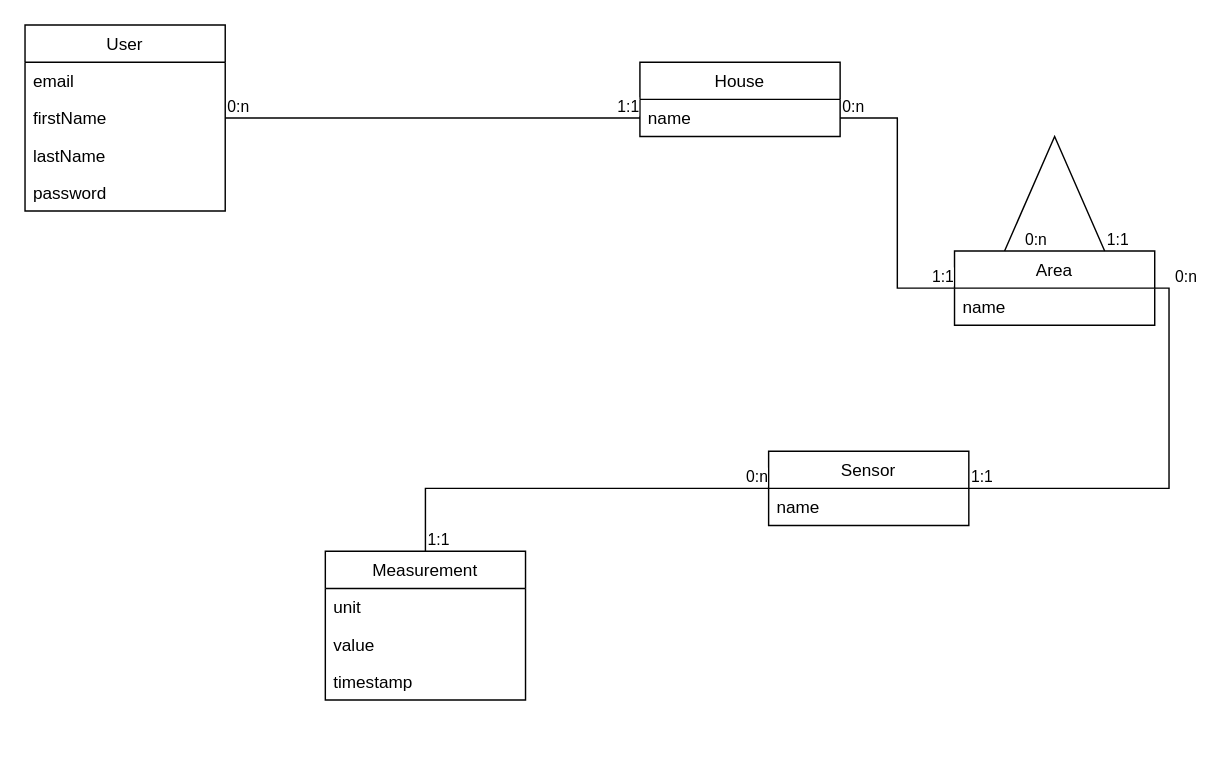
This is diagramme de classes.drawio from kinito62/Consommacteur, a draw.io file, before an edit. Source tidied: cells renumbered, new cells numbered last; positions are measured from the earlier drawing's top-left corner, leaving out a move shared by most shapes. Both pictures are drawn from the tidied source at 143%, with x=0, y=0 at pixel (24, 24).
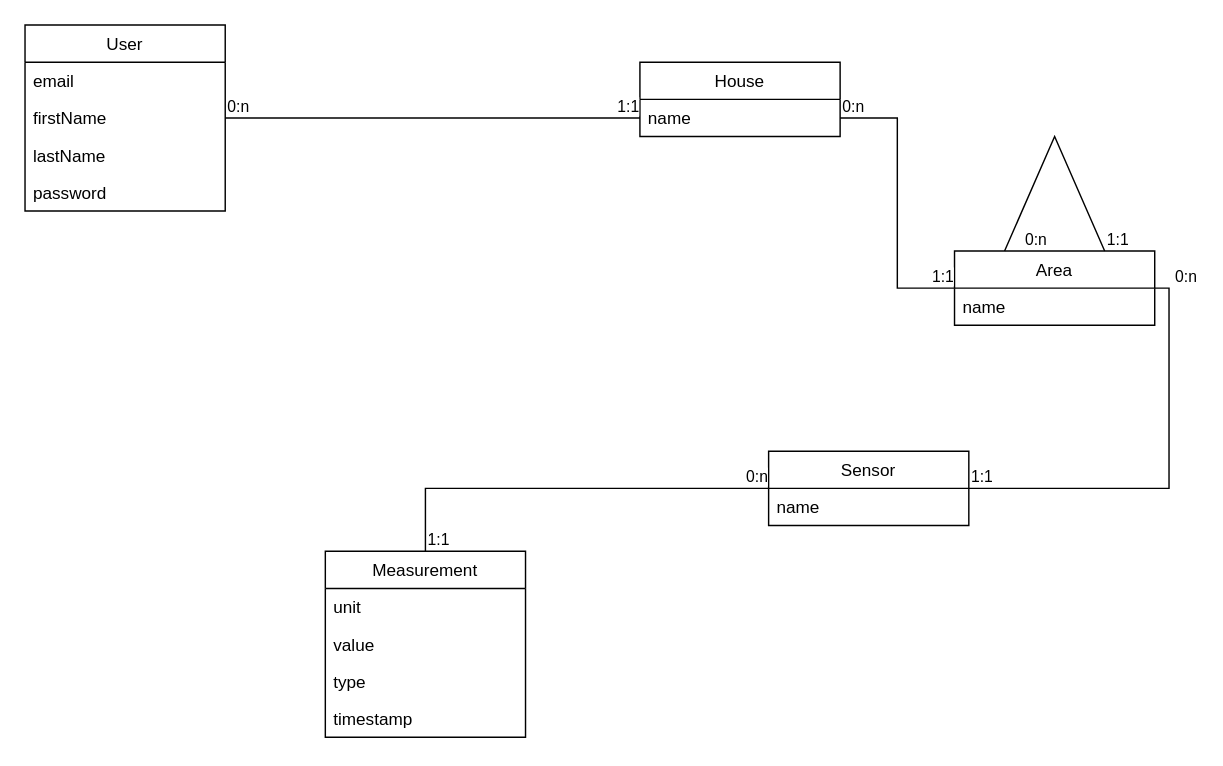
The same diagram, later.

Commit message:
modifications driagramme

What changed in the source:
```diff
@@
     <mxCell id="7" value="Measurement" style="swimlane;fontStyle=0;horizontal=1;startSize=26;fillColor=none;" parent="1" vertex="1">
-      <mxGeometry x="210" y="368" width="140" height="104" as="geometry" />
+      <mxGeometry x="210" y="368" width="140" height="130" as="geometry" />
     </mxCell>
@@
+    <mxCell id="32" value="value" style="text;strokeColor=none;fillColor=none;align=left;verticalAlign=top;spacingLeft=4;spacingRight=4;overflow=hidden;" parent="7" vertex="1">
+      <mxGeometry y="52" width="140" height="26" as="geometry" />
+    </mxCell>
-    <mxCell id="9" value="value" style="text;strokeColor=none;fillColor=none;align=left;verticalAlign=top;spacingLeft=4;spacingRight=4;overflow=hidden;" parent="7" vertex="1">
-      <mxGeometry y="52" width="140" height="26" as="geometry" />
+    <mxCell id="9" value="type" style="text;strokeColor=none;fillColor=none;align=left;verticalAlign=top;spacingLeft=4;spacingRight=4;overflow=hidden;" parent="7" vertex="1">
+      <mxGeometry y="78" width="140" height="26" as="geometry" />
     </mxCell>
     <mxCell id="10" value="timestamp" style="text;strokeColor=none;fillColor=none;align=left;verticalAlign=top;spacingLeft=4;spacingRight=4;overflow=hidden;" parent="7" vertex="1">
-      <mxGeometry y="78" width="140" height="26" as="geometry" />
+      <mxGeometry y="104" width="140" height="26" as="geometry" />
     </mxCell>
```
